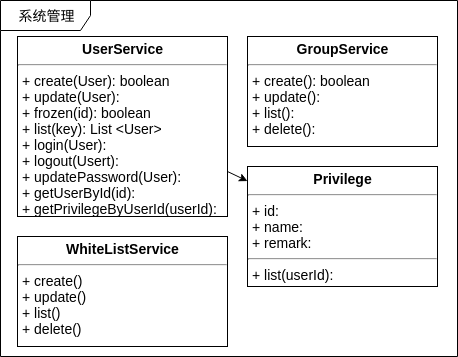
Earlier version of the draw.io export IOTManage/class-sys.png (waterwatermelon/graph). Source tidied: cells renumbered, new cells last; positions are measured from the earlier drawing's top-left corner, leaving out a move shared by most shapes.
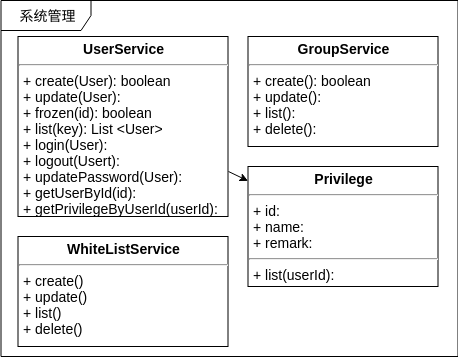
Later version of the same file.

Diff of the diagram source:
```diff
@@ -5,19 +5,19 @@
     <mxCell id="2" value="系统管理" style="shape=umlFrame;whiteSpace=wrap;html=1;rounded=0;shadow=0;comic=0;labelBackgroundColor=none;strokeColor=#000000;strokeWidth=1;fillColor=#ffffff;fontFamily=Verdana;fontSize=14;fontColor=#000000;align=center;width=90;height=30;" parent="1" vertex="1">
       <mxGeometry width="457" height="356" as="geometry" />
     </mxCell>
-    <mxCell id="3" style="rounded=0;jettySize=auto;html=1;exitX=1;exitY=0.75;exitDx=0;exitDy=0;" parent="1" edge="1" source="4" target="7">
+    <mxCell id="3" style="rounded=0;jettySize=auto;html=1;exitX=1;exitY=0.75;exitDx=0;exitDy=0;fontSize=14;" parent="1" edge="1" source="4" target="7">
       <mxGeometry relative="1" as="geometry" />
     </mxCell>
-    <mxCell id="4" value="&lt;p style=&quot;margin: 4px 0px 0px ; text-align: center ; font-size: 14px&quot;&gt;&lt;b&gt;UserService&lt;/b&gt;&lt;/p&gt;&lt;hr style=&quot;font-size: 14px&quot;&gt;&lt;p style=&quot;margin: 0px 0px 0px 4px ; font-size: 14px&quot;&gt;+ create(User): boolean&lt;br&gt;&lt;/p&gt;&lt;p style=&quot;margin: 0px 0px 0px 4px ; font-size: 14px&quot;&gt;&lt;span&gt;+ update(User):&lt;/span&gt;&lt;br&gt;&lt;/p&gt;&lt;p style=&quot;margin: 0px 0px 0px 4px ; font-size: 14px&quot;&gt;+ frozen(id): boolean&lt;/p&gt;&lt;p style=&quot;margin: 0px 0px 0px 4px ; font-size: 14px&quot;&gt;+ list(key): List &amp;lt;User&amp;gt;&lt;/p&gt;&lt;p style=&quot;margin: 0px 0px 0px 4px ; font-size: 14px&quot;&gt;+ login(User):&lt;/p&gt;&lt;p style=&quot;margin: 0px 0px 0px 4px ; font-size: 14px&quot;&gt;+ logout(Usert):&lt;/p&gt;&lt;p style=&quot;margin: 0px 0px 0px 4px ; font-size: 14px&quot;&gt;+ updatePassword(User):&lt;/p&gt;&lt;p style=&quot;margin: 0px 0px 0px 4px ; font-size: 14px&quot;&gt;+ getUserById(id):&lt;/p&gt;&lt;p style=&quot;margin: 0px 0px 0px 4px ; font-size: 14px&quot;&gt;&lt;span&gt;+ getPrivilegeByUserId(userId):&lt;/span&gt;&lt;/p&gt;&lt;div&gt;&lt;br&gt;&lt;/div&gt;" style="verticalAlign=top;align=left;overflow=fill;fontSize=14;fontFamily=Helvetica;html=1;" parent="1" vertex="1">
+    <mxCell id="4" value="&lt;p style=&quot;margin: 4px 0px 0px ; text-align: center ; font-size: 14px&quot;&gt;&lt;b style=&quot;font-size: 14px;&quot;&gt;UserService&lt;/b&gt;&lt;/p&gt;&lt;hr style=&quot;font-size: 14px&quot;&gt;&lt;p style=&quot;margin: 0px 0px 0px 4px ; font-size: 14px&quot;&gt;+ create(User): boolean&lt;br style=&quot;font-size: 14px;&quot;&gt;&lt;/p&gt;&lt;p style=&quot;margin: 0px 0px 0px 4px ; font-size: 14px&quot;&gt;&lt;span style=&quot;font-size: 14px;&quot;&gt;+ update(User):&lt;/span&gt;&lt;br style=&quot;font-size: 14px;&quot;&gt;&lt;/p&gt;&lt;p style=&quot;margin: 0px 0px 0px 4px ; font-size: 14px&quot;&gt;+ frozen(id): boolean&lt;/p&gt;&lt;p style=&quot;margin: 0px 0px 0px 4px ; font-size: 14px&quot;&gt;+ list(key): List &amp;lt;User&amp;gt;&lt;/p&gt;&lt;p style=&quot;margin: 0px 0px 0px 4px ; font-size: 14px&quot;&gt;+ login(User):&lt;/p&gt;&lt;p style=&quot;margin: 0px 0px 0px 4px ; font-size: 14px&quot;&gt;+ logout(Usert):&lt;/p&gt;&lt;p style=&quot;margin: 0px 0px 0px 4px ; font-size: 14px&quot;&gt;+ updatePassword(User):&lt;/p&gt;&lt;p style=&quot;margin: 0px 0px 0px 4px ; font-size: 14px&quot;&gt;+ getUserById(id):&lt;/p&gt;&lt;p style=&quot;margin: 0px 0px 0px 4px ; font-size: 14px&quot;&gt;&lt;span style=&quot;font-size: 14px;&quot;&gt;+ getPrivilegeByUserId(userId):&lt;/span&gt;&lt;/p&gt;&lt;div style=&quot;font-size: 14px;&quot;&gt;&lt;br style=&quot;font-size: 14px;&quot;&gt;&lt;/div&gt;" style="verticalAlign=top;align=left;overflow=fill;fontSize=14;fontFamily=Helvetica;html=1;" parent="1" vertex="1">
       <mxGeometry x="17" y="36" width="210" height="180" as="geometry" />
     </mxCell>
-    <mxCell id="5" value="&lt;p style=&quot;margin: 4px 0px 0px ; text-align: center ; font-size: 14px&quot;&gt;&lt;b&gt;GroupService&lt;/b&gt;&lt;/p&gt;&lt;hr style=&quot;font-size: 14px&quot;&gt;&lt;p style=&quot;margin: 0px 0px 0px 4px ; font-size: 14px&quot;&gt;+ create(): boolean&lt;br&gt;&lt;/p&gt;&lt;p style=&quot;margin: 0px 0px 0px 4px ; font-size: 14px&quot;&gt;&lt;span&gt;+ update():&lt;/span&gt;&lt;br&gt;&lt;/p&gt;&lt;p style=&quot;margin: 0px 0px 0px 4px ; font-size: 14px&quot;&gt;&lt;span&gt;+ list():&lt;/span&gt;&lt;br&gt;&lt;/p&gt;&lt;p style=&quot;margin: 0px 0px 0px 4px ; font-size: 14px&quot;&gt;+ delete():&lt;/p&gt;" style="verticalAlign=top;align=left;overflow=fill;fontSize=14;fontFamily=Helvetica;html=1;" parent="1" vertex="1">
+    <mxCell id="5" value="&lt;p style=&quot;margin: 4px 0px 0px ; text-align: center ; font-size: 14px&quot;&gt;&lt;b style=&quot;font-size: 14px;&quot;&gt;GroupService&lt;/b&gt;&lt;/p&gt;&lt;hr style=&quot;font-size: 14px&quot;&gt;&lt;p style=&quot;margin: 0px 0px 0px 4px ; font-size: 14px&quot;&gt;+ create(): boolean&lt;br style=&quot;font-size: 14px;&quot;&gt;&lt;/p&gt;&lt;p style=&quot;margin: 0px 0px 0px 4px ; font-size: 14px&quot;&gt;&lt;span style=&quot;font-size: 14px;&quot;&gt;+ update():&lt;/span&gt;&lt;br style=&quot;font-size: 14px;&quot;&gt;&lt;/p&gt;&lt;p style=&quot;margin: 0px 0px 0px 4px ; font-size: 14px&quot;&gt;&lt;span style=&quot;font-size: 14px;&quot;&gt;+ list():&lt;/span&gt;&lt;br style=&quot;font-size: 14px;&quot;&gt;&lt;/p&gt;&lt;p style=&quot;margin: 0px 0px 0px 4px ; font-size: 14px&quot;&gt;+ delete():&lt;/p&gt;" style="verticalAlign=top;align=left;overflow=fill;fontSize=14;fontFamily=Helvetica;html=1;" parent="1" vertex="1">
       <mxGeometry x="247" y="36" width="190" height="110" as="geometry" />
     </mxCell>
-    <mxCell id="6" value="&lt;p style=&quot;margin: 4px 0px 0px ; text-align: center ; font-size: 14px&quot;&gt;&lt;b&gt;WhiteListService&lt;/b&gt;&lt;/p&gt;&lt;hr style=&quot;font-size: 14px&quot;&gt;&lt;p style=&quot;margin: 0px 0px 0px 4px ; font-size: 14px&quot;&gt;+ create()&lt;br&gt;&lt;/p&gt;&lt;p style=&quot;margin: 0px 0px 0px 4px ; font-size: 14px&quot;&gt;&lt;span&gt;+ update()&lt;/span&gt;&lt;br&gt;&lt;/p&gt;&lt;p style=&quot;margin: 0px 0px 0px 4px ; font-size: 14px&quot;&gt;&lt;span&gt;+ list()&lt;/span&gt;&lt;br&gt;&lt;/p&gt;&lt;p style=&quot;margin: 0px 0px 0px 4px ; font-size: 14px&quot;&gt;+ delete()&lt;/p&gt;" style="verticalAlign=top;align=left;overflow=fill;fontSize=14;fontFamily=Helvetica;html=1;" parent="1" vertex="1">
+    <mxCell id="6" value="&lt;p style=&quot;margin: 4px 0px 0px ; text-align: center ; font-size: 14px&quot;&gt;&lt;b style=&quot;font-size: 14px;&quot;&gt;WhiteListService&lt;/b&gt;&lt;/p&gt;&lt;hr style=&quot;font-size: 14px&quot;&gt;&lt;p style=&quot;margin: 0px 0px 0px 4px ; font-size: 14px&quot;&gt;+ create()&lt;br style=&quot;font-size: 14px;&quot;&gt;&lt;/p&gt;&lt;p style=&quot;margin: 0px 0px 0px 4px ; font-size: 14px&quot;&gt;&lt;span style=&quot;font-size: 14px;&quot;&gt;+ update()&lt;/span&gt;&lt;br style=&quot;font-size: 14px;&quot;&gt;&lt;/p&gt;&lt;p style=&quot;margin: 0px 0px 0px 4px ; font-size: 14px&quot;&gt;&lt;span style=&quot;font-size: 14px;&quot;&gt;+ list()&lt;/span&gt;&lt;br style=&quot;font-size: 14px;&quot;&gt;&lt;/p&gt;&lt;p style=&quot;margin: 0px 0px 0px 4px ; font-size: 14px&quot;&gt;+ delete()&lt;/p&gt;" style="verticalAlign=top;align=left;overflow=fill;fontSize=14;fontFamily=Helvetica;html=1;" parent="1" vertex="1">
       <mxGeometry x="17" y="236" width="210" height="110" as="geometry" />
     </mxCell>
-    <mxCell id="7" value="&lt;p style=&quot;margin: 4px 0px 0px ; text-align: center ; font-size: 14px&quot;&gt;&lt;b&gt;Privilege&lt;/b&gt;&lt;br&gt;&lt;/p&gt;&lt;hr style=&quot;font-size: 14px&quot;&gt;&lt;p style=&quot;margin: 0px 0px 0px 4px ; font-size: 14px&quot;&gt;+ id:&amp;nbsp;&lt;/p&gt;&lt;p style=&quot;margin: 0px 0px 0px 4px ; font-size: 14px&quot;&gt;+ name:&amp;nbsp;&lt;/p&gt;&lt;p style=&quot;margin: 0px 0px 0px 4px ; font-size: 14px&quot;&gt;+ remark:&amp;nbsp;&lt;/p&gt;&lt;hr style=&quot;font-size: 14px&quot;&gt;&lt;p style=&quot;margin: 0px 0px 0px 4px ; font-size: 14px&quot;&gt;+ list(userId):&lt;br&gt;&lt;/p&gt;" style="verticalAlign=top;align=left;overflow=fill;fontSize=14;fontFamily=Helvetica;html=1;" parent="1" vertex="1">
+    <mxCell id="7" value="&lt;p style=&quot;margin: 4px 0px 0px ; text-align: center ; font-size: 14px&quot;&gt;&lt;b style=&quot;font-size: 14px;&quot;&gt;Privilege&lt;/b&gt;&lt;br style=&quot;font-size: 14px;&quot;&gt;&lt;/p&gt;&lt;hr style=&quot;font-size: 14px&quot;&gt;&lt;p style=&quot;margin: 0px 0px 0px 4px ; font-size: 14px&quot;&gt;+ id:&amp;nbsp;&lt;/p&gt;&lt;p style=&quot;margin: 0px 0px 0px 4px ; font-size: 14px&quot;&gt;+ name:&amp;nbsp;&lt;/p&gt;&lt;p style=&quot;margin: 0px 0px 0px 4px ; font-size: 14px&quot;&gt;+ remark:&amp;nbsp;&lt;/p&gt;&lt;hr style=&quot;font-size: 14px&quot;&gt;&lt;p style=&quot;margin: 0px 0px 0px 4px ; font-size: 14px&quot;&gt;+ list(userId):&lt;br style=&quot;font-size: 14px;&quot;&gt;&lt;/p&gt;" style="verticalAlign=top;align=left;overflow=fill;fontSize=14;fontFamily=Helvetica;html=1;" parent="1" vertex="1">
       <mxGeometry x="247" y="166" width="190" height="120" as="geometry" />
     </mxCell>
   </root>
```
